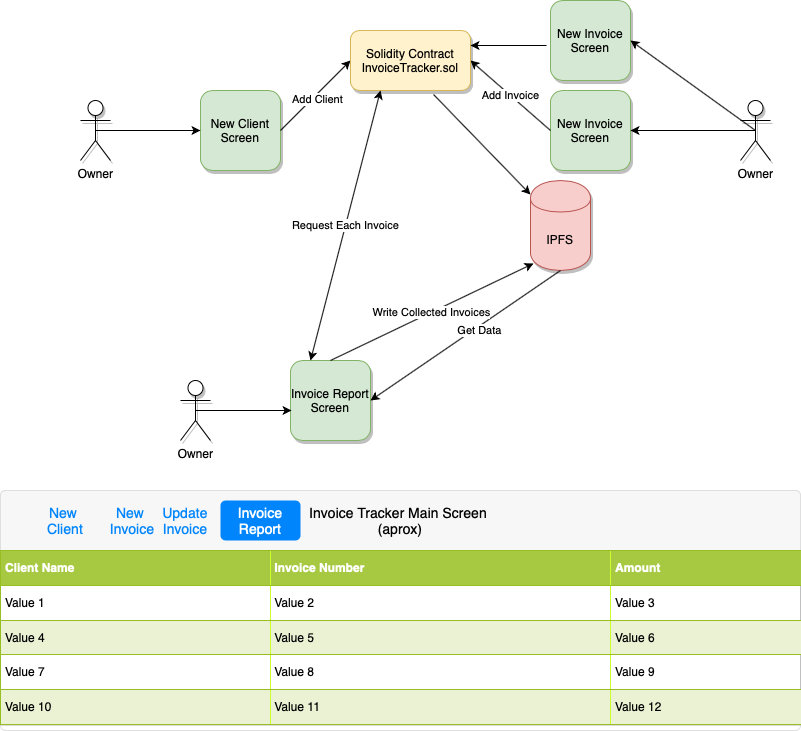
denismp/APDF-invoice-tracker-dapp keeps this draw.io diagram as documentation/InvoiceTrackerDiagram.png. Above is the earlier version. Source tidied: cells renumbered, new cells last; positions are measured from the earlier drawing's top-left corner, leaving out a move shared by most shapes.
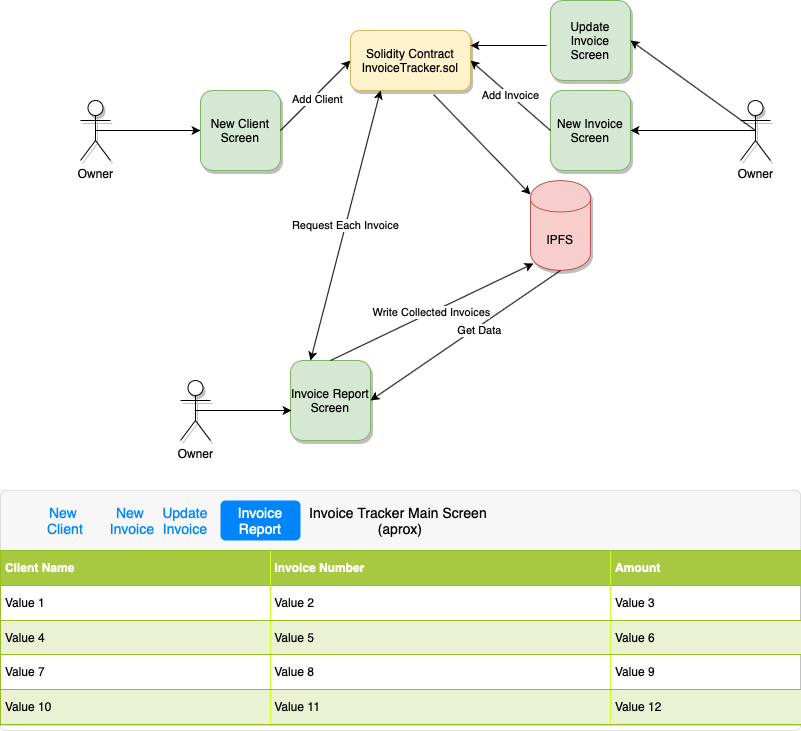
Later version of the same file.

Change to the diagram source:
```diff
@@ -95,7 +95,7 @@
     <mxCell id="28" value="Write Collected Invoices" style="endArrow=classic;html=1;entryX=0.05;entryY=0.922;entryDx=0;entryDy=0;entryPerimeter=0;exitX=0.5;exitY=0;exitDx=0;exitDy=0;" parent="1" edge="1" source="5" target="2">
       <mxGeometry relative="1" as="geometry" />
     </mxCell>
-    <mxCell id="29" value="New Invoice Screen" style="whiteSpace=wrap;html=1;rounded=1;fillColor=#d5e8d4;strokeColor=#82b366;shadow=1;" parent="1" vertex="1">
+    <mxCell id="29" value="Update Invoice Screen" style="whiteSpace=wrap;html=1;rounded=1;fillColor=#d5e8d4;strokeColor=#82b366;shadow=1;" parent="1" vertex="1">
       <mxGeometry x="550" width="80" height="80" as="geometry" />
     </mxCell>
     <mxCell id="30" style="endArrow=classic;html=1;entryX=1;entryY=0.25;entryDx=0;entryDy=0;" parent="1" edge="1" target="23">
```
